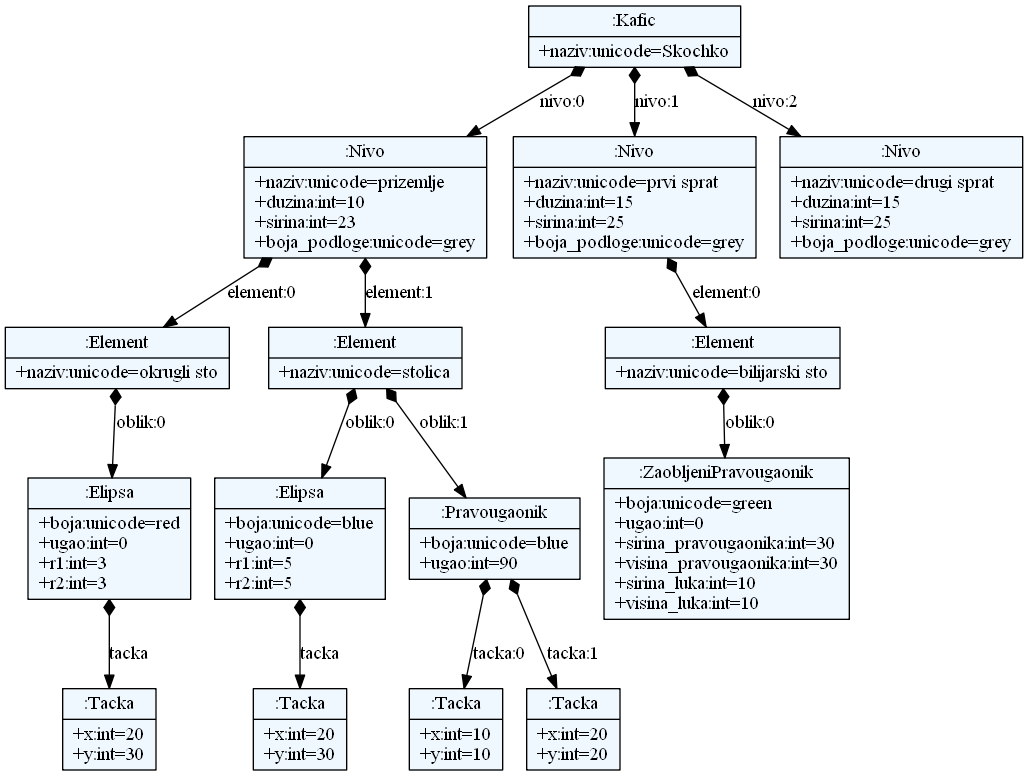
Before: JSDProject/language/model.png, a diagram exported from Graphviz (0xMilica/JSDGenerator). Its source is kept beside it as JSDProject/language/model.dot.
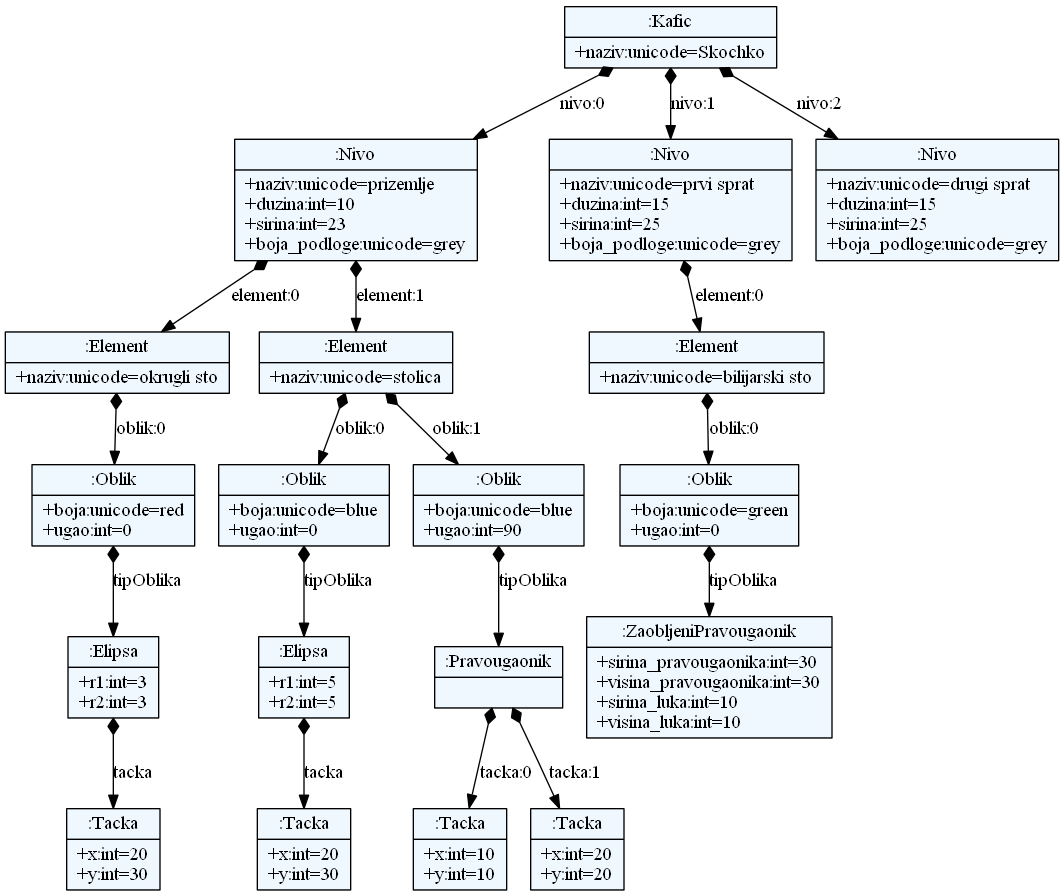
Later version of the same file.

Commit message:
Prebaceni atributi boja i ugao u Oblik, i dodat TipOblika koji moze biti neki konkretan tip oblika.

The edit, as a diff of the source:
```diff
@@ -9,34 +9,42 @@
     edge[dir=black,arrowtail=empty]
 
 
-49347600 -> 49347760 [label="nivo:0" arrowtail=diamond dir=both]
-49347760 -> 49347952 [label="element:0" arrowtail=diamond dir=both]
-49347952 -> 49348080 [label="oblik:0" arrowtail=diamond dir=both]
-49348080 -> 49348272 [label="tacka" arrowtail=diamond dir=both]
-49348272[label="{:Tacka|+x:int=20\l+y:int=30\l}"]
-49348080[label="{:Elipsa|+boja:unicode=red\l+ugao:int=0\l+r1:int=3\l+r2:int=3\l}"]
-49347952[label="{:Element|+naziv:unicode=okrugli sto\l}"]
-49347760 -> 49348048 [label="element:1" arrowtail=diamond dir=both]
-49348048 -> 49348368 [label="oblik:0" arrowtail=diamond dir=both]
-49348368 -> 49348432 [label="tacka" arrowtail=diamond dir=both]
-49348432[label="{:Tacka|+x:int=20\l+y:int=30\l}"]
-49348368[label="{:Elipsa|+boja:unicode=blue\l+ugao:int=0\l+r1:int=5\l+r2:int=5\l}"]
-49348048 -> 49348400 [label="oblik:1" arrowtail=diamond dir=both]
-49348400 -> 49348592 [label="tacka:0" arrowtail=diamond dir=both]
-49348592[label="{:Tacka|+x:int=10\l+y:int=10\l}"]
-49348400 -> 49541200 [label="tacka:1" arrowtail=diamond dir=both]
-49541200[label="{:Tacka|+x:int=20\l+y:int=20\l}"]
-49348400[label="{:Pravougaonik|+boja:unicode=blue\l+ugao:int=90\l}"]
-49348048[label="{:Element|+naziv:unicode=stolica\l}"]
-49347760[label="{:Nivo|+naziv:unicode=prizemlje\l+duzina:int=10\l+sirina:int=23\l+boja_podloge:unicode=grey\l}"]
-49347600 -> 49347920 [label="nivo:1" arrowtail=diamond dir=both]
-49347920 -> 49348464 [label="element:0" arrowtail=diamond dir=both]
-49348464 -> 49541296 [label="oblik:0" arrowtail=diamond dir=both]
-49541296[label="{:ZaobljeniPravougaonik|+boja:unicode=green\l+ugao:int=0\l+sirina_pravougaonika:int=30\l+visina_pravougaonika:int=30\l+sirina_luka:int=10\l+visina_luka:int=10\l}"]
-49348464[label="{:Element|+naziv:unicode=bilijarski sto\l}"]
-49347920[label="{:Nivo|+naziv:unicode=prvi sprat\l+duzina:int=15\l+sirina:int=25\l+boja_podloge:unicode=grey\l}"]
-49347600 -> 49348304 [label="nivo:2" arrowtail=diamond dir=both]
-49348304[label="{:Nivo|+naziv:unicode=drugi sprat\l+duzina:int=15\l+sirina:int=25\l+boja_podloge:unicode=grey\l}"]
-49347600[label="{:Kafic|+naziv:unicode=Skochko\l}"]
+52854568 -> 51975560 [label="nivo:0" arrowtail=diamond dir=both]
+51975560 -> 52049736 [label="element:0" arrowtail=diamond dir=both]
+52049736 -> 52048504 [label="oblik:0" arrowtail=diamond dir=both]
+52048504 -> 51997776 [label="tipOblika" arrowtail=diamond dir=both]
+51997776 -> 51995872 [label="tacka" arrowtail=diamond dir=both]
+51995872[label="{:Tacka|+x:int=20\l+y:int=30\l}"]
+51997776[label="{:Elipsa|+r1:int=3\l+r2:int=3\l}"]
+52048504[label="{:Oblik|+boja:unicode=red\l+ugao:int=0\l}"]
+52049736[label="{:Element|+naziv:unicode=okrugli sto\l}"]
+51975560 -> 52048896 [label="element:1" arrowtail=diamond dir=both]
+52048896 -> 51996040 [label="oblik:0" arrowtail=diamond dir=both]
+51996040 -> 51867944 [label="tipOblika" arrowtail=diamond dir=both]
+51867944 -> 51868952 [label="tacka" arrowtail=diamond dir=both]
+51868952[label="{:Tacka|+x:int=20\l+y:int=30\l}"]
+51867944[label="{:Elipsa|+r1:int=5\l+r2:int=5\l}"]
+51996040[label="{:Oblik|+boja:unicode=blue\l+ugao:int=0\l}"]
+52048896 -> 51868112 [label="oblik:1" arrowtail=diamond dir=both]
+51868112 -> 52038232 [label="tipOblika" arrowtail=diamond dir=both]
+52038232 -> 52039184 [label="tacka:0" arrowtail=diamond dir=both]
+52039184[label="{:Tacka|+x:int=10\l+y:int=10\l}"]
+52038232 -> 52038400 [label="tacka:1" arrowtail=diamond dir=both]
+52038400[label="{:Tacka|+x:int=20\l+y:int=20\l}"]
+52038232[label="{:Pravougaonik|}"]
+51868112[label="{:Oblik|+boja:unicode=blue\l+ugao:int=90\l}"]
+52048896[label="{:Element|+naziv:unicode=stolica\l}"]
+51975560[label="{:Nivo|+naziv:unicode=prizemlje\l+duzina:int=10\l+sirina:int=23\l+boja_podloge:unicode=grey\l}"]
+52854568 -> 51976568 [label="nivo:1" arrowtail=diamond dir=both]
+51976568 -> 52048840 [label="element:0" arrowtail=diamond dir=both]
+52048840 -> 52037000 [label="oblik:0" arrowtail=diamond dir=both]
+52037000 -> 52084240 [label="tipOblika" arrowtail=diamond dir=both]
+52084240[label="{:ZaobljeniPravougaonik|+sirina_pravougaonika:int=30\l+visina_pravougaonika:int=30\l+sirina_luka:int=10\l+visina_luka:int=10\l}"]
+52037000[label="{:Oblik|+boja:unicode=green\l+ugao:int=0\l}"]
+52048840[label="{:Element|+naziv:unicode=bilijarski sto\l}"]
+51976568[label="{:Nivo|+naziv:unicode=prvi sprat\l+duzina:int=15\l+sirina:int=25\l+boja_podloge:unicode=grey\l}"]
+52854568 -> 52049904 [label="nivo:2" arrowtail=diamond dir=both]
+52049904[label="{:Nivo|+naziv:unicode=drugi sprat\l+duzina:int=15\l+sirina:int=25\l+boja_podloge:unicode=grey\l}"]
+52854568[label="{:Kafic|+naziv:unicode=Skochko\l}"]
 
 }
```
